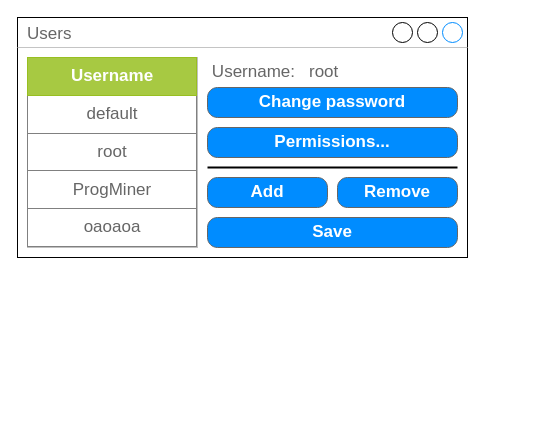
ProgMiner/Lab_Programming keeps this draw.io diagram as page "Users window" (10 of 11) of Lab8_Programming.drawio. Above is the earlier version. Source tidied: cells renumbered, new cells numbered last; positions are measured from the earlier drawing's top-left corner, leaving out a move shared by most shapes. Both pictures are drawn from the tidied source at 100%, with x=0, y=0 at pixel (17, 17).
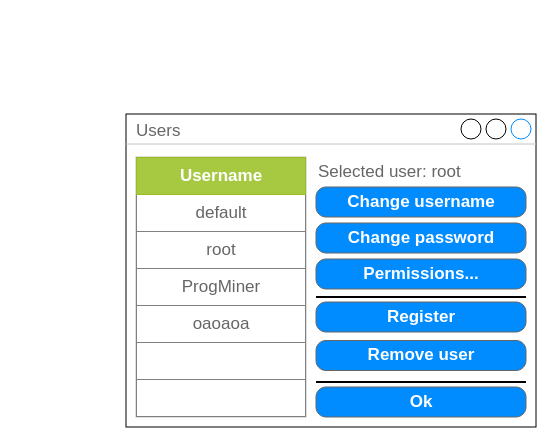
The same diagram, later.

Diff of the diagram source:
```diff
@@
 <mxGraphModel>
   <root>
     <mxCell id="0" />
     <mxCell id="1" parent="0" />
     <mxCell id="2" value="Users" style="strokeWidth=1;shadow=0;dashed=0;align=center;html=1;shape=mxgraph.mockup.containers.window;align=left;verticalAlign=top;spacingLeft=8;strokeColor2=#008cff;strokeColor3=#c4c4c4;fontColor=#666666;fillColor=#ffffff;mainText=;fontSize=17;labelBackgroundColor=none;" parent="1" vertex="1">
-      <mxGeometry width="450" height="240" as="geometry" />
+      <mxGeometry x="108.5" y="96.5" width="410" height="313" as="geometry" />
     </mxCell>
-    <mxCell id="3" value="&lt;table border=&quot;1&quot; width=&quot;100%&quot; cellpadding=&quot;4&quot; style=&quot;width: 100% ; height: 100% ; border-collapse: collapse&quot;&gt;&lt;tbody&gt;&lt;tr style=&quot;background-color: #a7c942 ; color: #ffffff ; border: 1px solid #98bf21&quot;&gt;&lt;th align=&quot;left&quot; style=&quot;text-align: center&quot;&gt;Username&lt;/th&gt;&lt;/tr&gt;&lt;tr&gt;&lt;td style=&quot;text-align: center&quot;&gt;default&lt;/td&gt;&lt;/tr&gt;&lt;tr&gt;&lt;td style=&quot;text-align: center&quot;&gt;root&lt;/td&gt;&lt;/tr&gt;&lt;tr&gt;&lt;td style=&quot;text-align: center&quot;&gt;ProgMiner&lt;/td&gt;&lt;/tr&gt;&lt;tr&gt;&lt;td style=&quot;text-align: center&quot;&gt;oaoaoa&lt;/td&gt;&lt;/tr&gt;&lt;/tbody&gt;&lt;/table&gt;" style="text;html=1;strokeColor=#c0c0c0;fillColor=#ffffff;overflow=fill;rounded=0;fontSize=17;fontColor=#666666;align=right;" parent="1" vertex="1">
-      <mxGeometry x="10" y="40" width="170" height="190" as="geometry" />
+    <mxCell id="3" value="&lt;table border=&quot;1&quot; width=&quot;100%&quot; cellpadding=&quot;4&quot; style=&quot;width: 100% ; height: 100% ; border-collapse: collapse&quot;&gt;&lt;tbody&gt;&lt;tr style=&quot;background-color: #a7c942 ; color: #ffffff ; border: 1px solid #98bf21&quot;&gt;&lt;th align=&quot;left&quot; style=&quot;text-align: center&quot;&gt;Username&lt;/th&gt;&lt;/tr&gt;&lt;tr&gt;&lt;td style=&quot;text-align: center&quot;&gt;default&lt;/td&gt;&lt;/tr&gt;&lt;tr&gt;&lt;td style=&quot;text-align: center&quot;&gt;root&lt;/td&gt;&lt;/tr&gt;&lt;tr&gt;&lt;td style=&quot;text-align: center&quot;&gt;ProgMiner&lt;/td&gt;&lt;/tr&gt;&lt;tr&gt;&lt;td style=&quot;text-align: center&quot;&gt;oaoaoa&lt;/td&gt;&lt;/tr&gt;&lt;tr&gt;&lt;td&gt;&lt;br&gt;&lt;/td&gt;&lt;/tr&gt;&lt;tr&gt;&lt;td&gt;&lt;br&gt;&lt;/td&gt;&lt;/tr&gt;&lt;/tbody&gt;&lt;/table&gt;" style="text;html=1;strokeColor=#c0c0c0;fillColor=#ffffff;overflow=fill;rounded=0;fontSize=17;fontColor=#666666;align=right;" parent="1" vertex="1">
+      <mxGeometry x="118.5" y="139.5" width="170" height="260" as="geometry" />
     </mxCell>
-    <mxCell id="4" value="&lt;div style=&quot;text-align: right&quot;&gt;&lt;span&gt;Username:&lt;/span&gt;&lt;/div&gt;" style="text;html=1;strokeColor=none;fillColor=none;align=right;verticalAlign=middle;whiteSpace=wrap;rounded=0;fontSize=17;fontColor=#666666;" parent="1" vertex="1">
-      <mxGeometry x="190" y="45" width="90" height="20" as="geometry" />
+    <mxCell id="4" value="&lt;div style=&quot;text-align: right&quot;&gt;&lt;span&gt;Selected user: root&lt;/span&gt;&lt;/div&gt;" style="text;html=1;strokeColor=none;fillColor=none;align=left;verticalAlign=middle;whiteSpace=wrap;rounded=0;fontSize=17;fontColor=#666666;" parent="1" vertex="1">
+      <mxGeometry x="298.5" y="144.5" width="210" height="20" as="geometry" />
     </mxCell>
-    <mxCell id="5" value="Save" style="strokeWidth=1;shadow=0;dashed=0;align=center;html=1;shape=mxgraph.mockup.buttons.button;strokeColor=#666666;fontColor=#ffffff;mainText=;buttonStyle=round;fontSize=17;fontStyle=1;fillColor=#008cff;whiteSpace=wrap;" parent="1" vertex="1">
-      <mxGeometry x="190" y="200" width="250" height="30" as="geometry" />
+    <mxCell id="5" value="Ok&lt;br&gt;" style="strokeWidth=1;shadow=0;dashed=0;align=center;html=1;shape=mxgraph.mockup.buttons.button;strokeColor=#666666;fontColor=#ffffff;mainText=;buttonStyle=round;fontSize=17;fontStyle=1;fillColor=#008cff;whiteSpace=wrap;" parent="1" vertex="1">
+      <mxGeometry x="298.5" y="369.5" width="210" height="30" as="geometry" />
     </mxCell>
-    <mxCell id="6" value="Remove" style="strokeWidth=1;shadow=0;dashed=0;align=center;html=1;shape=mxgraph.mockup.buttons.button;strokeColor=#666666;fontColor=#ffffff;mainText=;buttonStyle=round;fontSize=17;fontStyle=1;fillColor=#008cff;whiteSpace=wrap;" parent="1" vertex="1">
-      <mxGeometry x="320" y="160" width="120" height="30" as="geometry" />
+    <mxCell id="6" value="Remove user" style="strokeWidth=1;shadow=0;dashed=0;align=center;html=1;shape=mxgraph.mockup.buttons.button;strokeColor=#666666;fontColor=#ffffff;mainText=;buttonStyle=round;fontSize=17;fontStyle=1;fillColor=#008cff;whiteSpace=wrap;" parent="1" vertex="1">
+      <mxGeometry x="298.5" y="323" width="210" height="30" as="geometry" />
     </mxCell>
-    <mxCell id="7" value="Add" style="strokeWidth=1;shadow=0;dashed=0;align=center;html=1;shape=mxgraph.mockup.buttons.button;strokeColor=#666666;fontColor=#ffffff;mainText=;buttonStyle=round;fontSize=17;fontStyle=1;fillColor=#008cff;whiteSpace=wrap;" parent="1" vertex="1">
-      <mxGeometry x="190" y="160" width="120" height="30" as="geometry" />
+    <mxCell id="7" value="Register" style="strokeWidth=1;shadow=0;dashed=0;align=center;html=1;shape=mxgraph.mockup.buttons.button;strokeColor=#666666;fontColor=#ffffff;mainText=;buttonStyle=round;fontSize=17;fontStyle=1;fillColor=#008cff;whiteSpace=wrap;" parent="1" vertex="1">
+      <mxGeometry x="298.5" y="284.5" width="210" height="30" as="geometry" />
     </mxCell>
     <mxCell id="8" value="Permissions..." style="strokeWidth=1;shadow=0;dashed=0;align=center;html=1;shape=mxgraph.mockup.buttons.button;strokeColor=#666666;fontColor=#ffffff;mainText=;buttonStyle=round;fontSize=17;fontStyle=1;fillColor=#008cff;whiteSpace=wrap;" parent="1" vertex="1">
-      <mxGeometry x="190" y="110" width="250" height="30" as="geometry" />
+      <mxGeometry x="298.5" y="241.5" width="210" height="30" as="geometry" />
     </mxCell>
-    <mxCell id="9" value="&lt;div style=&quot;text-align: left&quot;&gt;root&lt;/div&gt;" style="text;html=1;strokeColor=none;fillColor=none;align=left;verticalAlign=middle;whiteSpace=wrap;rounded=0;fontSize=17;fontColor=#666666;" parent="1" vertex="1">
-      <mxGeometry x="290" y="45" width="150" height="20" as="geometry" />
-    </mxCell>
-    <mxCell id="10" value="Change password" style="strokeWidth=1;shadow=0;dashed=0;align=center;html=1;shape=mxgraph.mockup.buttons.button;strokeColor=#666666;fontColor=#ffffff;mainText=;buttonStyle=round;fontSize=17;fontStyle=1;fillColor=#008cff;whiteSpace=wrap;" parent="1" vertex="1">
-      <mxGeometry x="190" y="70" width="250" height="30" as="geometry" />
+    <mxCell id="10" value="Change username" style="strokeWidth=1;shadow=0;dashed=0;align=center;html=1;shape=mxgraph.mockup.buttons.button;strokeColor=#666666;fontColor=#ffffff;mainText=;buttonStyle=round;fontSize=17;fontStyle=1;fillColor=#008cff;whiteSpace=wrap;" parent="1" vertex="1">
+      <mxGeometry x="298.5" y="169.5" width="210" height="30" as="geometry" />
     </mxCell>
     <mxCell id="11" style="line;strokeWidth=2;html=1;fontFamily=Helvetica;fontSize=17;fontColor=#666666;align=left;" parent="1" vertex="1">
-      <mxGeometry x="190" y="145" width="250" height="10" as="geometry" />
+      <mxGeometry x="298.5" y="274.5" width="210" height="10" as="geometry" />
     </mxCell>
+    <mxCell id="12" value="Change password" style="strokeWidth=1;shadow=0;dashed=0;align=center;html=1;shape=mxgraph.mockup.buttons.button;strokeColor=#666666;fontColor=#ffffff;mainText=;buttonStyle=round;fontSize=17;fontStyle=1;fillColor=#008cff;whiteSpace=wrap;" parent="1" vertex="1">
+      <mxGeometry x="298.5" y="205.5" width="210" height="30" as="geometry" />
+    </mxCell>
+    <mxCell id="13" style="line;strokeWidth=2;html=1;fontFamily=Helvetica;fontSize=17;fontColor=#666666;align=left;" parent="1" vertex="1">
+      <mxGeometry x="298.5" y="359.5" width="210" height="10" as="geometry" />
+    </mxCell>
   </root>
 </mxGraphModel>
```
